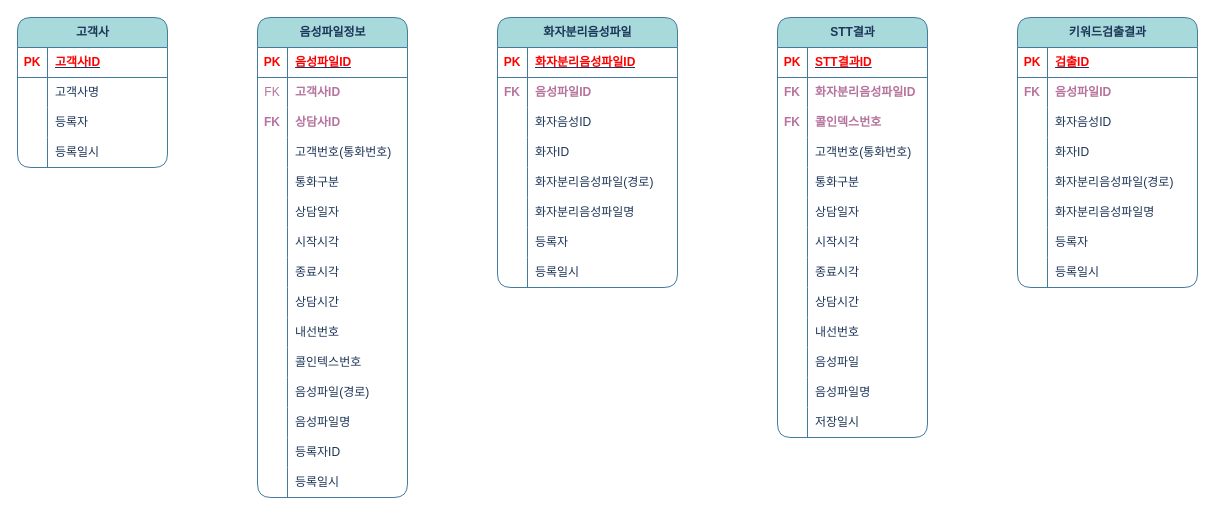
Before: page "업무중심" (6 of 6) of 제목 없는 다이어그램.drawio in wishholic/ERD, a draw.io diagram. Source tidied: cells renumbered, new cells numbered last; positions are measured from the earlier drawing's top-left corner, leaving out a move shared by most shapes. Both pictures are drawn from the tidied source at 100%, with x=0, y=0 at pixel (17, 17).
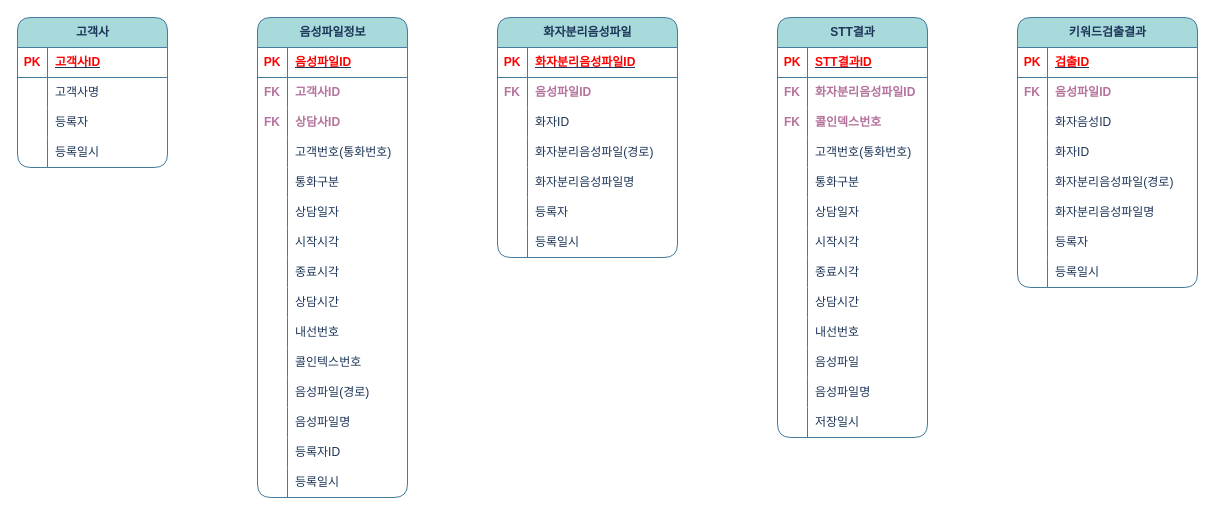
After the change.

Commit message (it also covers changes not shown here):
제목 없는 다이어그램.drawio 업데이트

Unchanged cells that the change refers to:
```xml
<mxCell id="19" style="shape=tableRow;horizontal=0;startSize=0;swimlaneHead=0;swimlaneBody=0;fillColor=none;top=0;left=0;right=0;bottom=0;rounded=1;labelBackgroundColor=none;strokeColor=#457B9D;fontColor=#1D3557;" parent="15" vertex="1">
  <mxGeometry y="60" width="150" height="30" as="geometry" />
</mxCell>
```

Change to the diagram source:
```diff
@@
-    <mxCell id="20" value="&lt;font color=&quot;#b5739d&quot;&gt;FK&lt;/font&gt;" style="shape=partialRectangle;fillColor=none;top=0;left=0;bottom=0;right=0;overflow=hidden;whiteSpace=wrap;html=1;rounded=1;labelBackgroundColor=none;strokeColor=#457B9D;fontColor=#1D3557;" parent="19" vertex="1">
+    <mxCell id="20" value="&lt;b style=&quot;color: rgb(181, 115, 157);&quot;&gt;FK&lt;/b&gt;" style="shape=partialRectangle;fillColor=none;top=0;left=0;bottom=0;right=0;overflow=hidden;whiteSpace=wrap;html=1;rounded=1;labelBackgroundColor=none;strokeColor=#457B9D;fontColor=#1D3557;" parent="19" vertex="1">
       <mxGeometry width="30" height="30" as="geometry" />
     </mxCell>
@@
     <mxCell id="101" value="화자분리음성파일" style="shape=table;startSize=30;childLayout=tableLayout;rowLines=0;fontStyle=1;align=center;html=1;fillColor=#A8DADC;strokeColor=#457B9D;rounded=1;labelBackgroundColor=none;fontColor=#1D3557;" parent="1" vertex="1">
-      <mxGeometry x="480" width="180" height="270" as="geometry" />
+      <mxGeometry x="480" width="180" height="240" as="geometry" />
     </mxCell>
@@
-    <mxCell id="108" style="shape=tableRow;horizontal=0;startSize=0;swimlaneHead=0;swimlaneBody=0;fillColor=none;top=0;left=0;right=0;bottom=0;rounded=1;labelBackgroundColor=none;strokeColor=#457B9D;fontColor=#1D3557;" parent="101" vertex="1">
-      <mxGeometry y="90" width="180" height="30" as="geometry" />
-    </mxCell>
-    <mxCell id="109" style="shape=partialRectangle;fillColor=none;top=0;left=0;bottom=0;right=0;overflow=hidden;whiteSpace=wrap;html=1;rounded=1;labelBackgroundColor=none;strokeColor=#457B9D;fontColor=#1D3557;" parent="108" vertex="1">
-      <mxGeometry width="30" height="30" as="geometry" />
-    </mxCell>
-    <mxCell id="110" value="화자음성ID" style="shape=partialRectangle;fillColor=none;top=0;left=0;bottom=0;right=0;align=left;spacingLeft=6;overflow=hidden;whiteSpace=wrap;html=1;rounded=1;labelBackgroundColor=none;strokeColor=#457B9D;fontColor=#1D3557;" parent="108" vertex="1">
-      <mxGeometry x="30" width="150" height="30" as="geometry" />
-    </mxCell>
     <mxCell id="111" style="shape=tableRow;horizontal=0;startSize=0;swimlaneHead=0;swimlaneBody=0;fillColor=none;top=0;left=0;right=0;bottom=0;rounded=1;labelBackgroundColor=none;strokeColor=#457B9D;fontColor=#1D3557;" parent="101" vertex="1">
-      <mxGeometry y="120" width="180" height="30" as="geometry" />
+      <mxGeometry y="90" width="180" height="30" as="geometry" />
     </mxCell>
@@
     <mxCell id="114" style="shape=tableRow;horizontal=0;startSize=0;swimlaneHead=0;swimlaneBody=0;fillColor=none;top=0;left=0;right=0;bottom=0;rounded=1;labelBackgroundColor=none;strokeColor=#457B9D;fontColor=#1D3557;" parent="101" vertex="1">
-      <mxGeometry y="150" width="180" height="30" as="geometry" />
+      <mxGeometry y="120" width="180" height="30" as="geometry" />
     </mxCell>
@@
     <mxCell id="117" style="shape=tableRow;horizontal=0;startSize=0;swimlaneHead=0;swimlaneBody=0;fillColor=none;top=0;left=0;right=0;bottom=0;rounded=1;labelBackgroundColor=none;strokeColor=#457B9D;fontColor=#1D3557;" parent="101" vertex="1">
-      <mxGeometry y="180" width="180" height="30" as="geometry" />
+      <mxGeometry y="150" width="180" height="30" as="geometry" />
     </mxCell>
@@
     <mxCell id="120" style="shape=tableRow;horizontal=0;startSize=0;swimlaneHead=0;swimlaneBody=0;fillColor=none;top=0;left=0;right=0;bottom=0;rounded=1;labelBackgroundColor=none;strokeColor=#457B9D;fontColor=#1D3557;" parent="101" vertex="1">
-      <mxGeometry y="210" width="180" height="30" as="geometry" />
+      <mxGeometry y="180" width="180" height="30" as="geometry" />
     </mxCell>
@@
     <mxCell id="123" style="shape=tableRow;horizontal=0;startSize=0;swimlaneHead=0;swimlaneBody=0;fillColor=none;top=0;left=0;right=0;bottom=0;rounded=1;labelBackgroundColor=none;strokeColor=#457B9D;fontColor=#1D3557;" parent="101" vertex="1">
-      <mxGeometry y="240" width="180" height="30" as="geometry" />
+      <mxGeometry y="210" width="180" height="30" as="geometry" />
     </mxCell>
```
